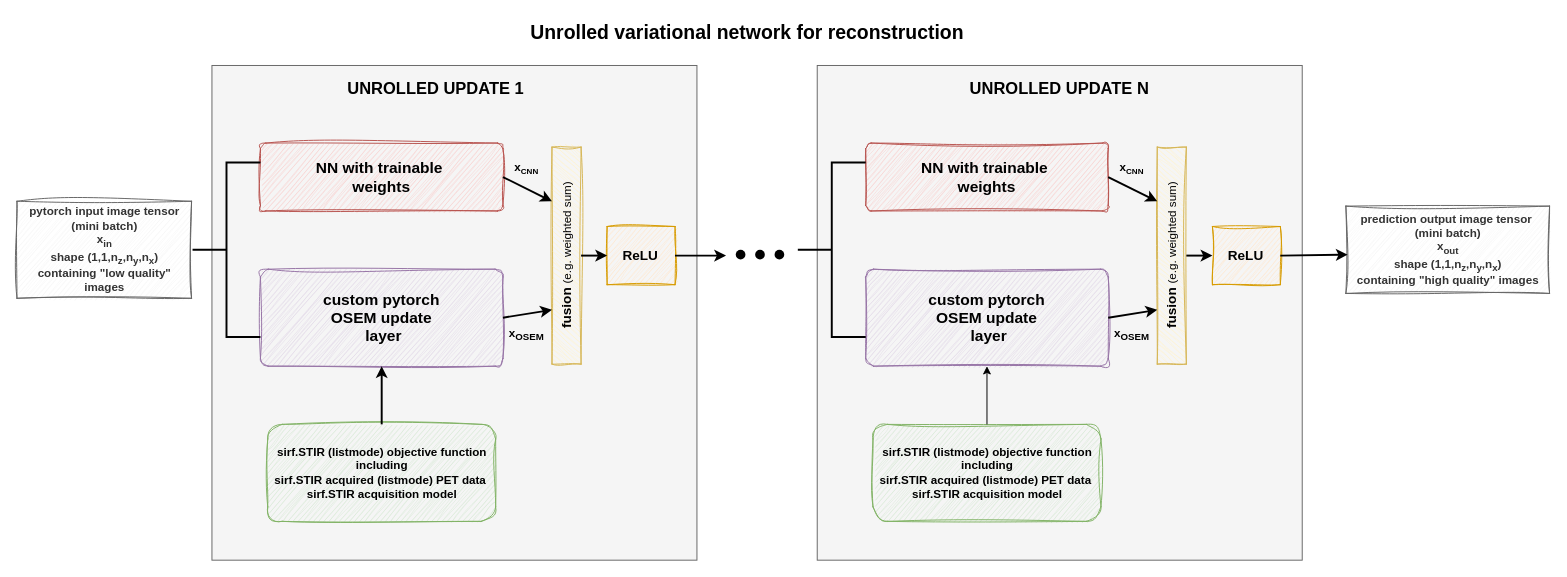
SyneRBI/SIRF-Exercises keeps this draw.io diagram as notebooks/Deep_Learning_listmode_PET/figs/osem_varnet.drawio. Above is the earlier version. Source tidied: cells renumbered, new cells numbered last; positions are measured from the earlier drawing's top-left corner, leaving out a move shared by most shapes. Both pictures are drawn from the tidied source at 97%, with x=0, y=0 at pixel (16, 16).
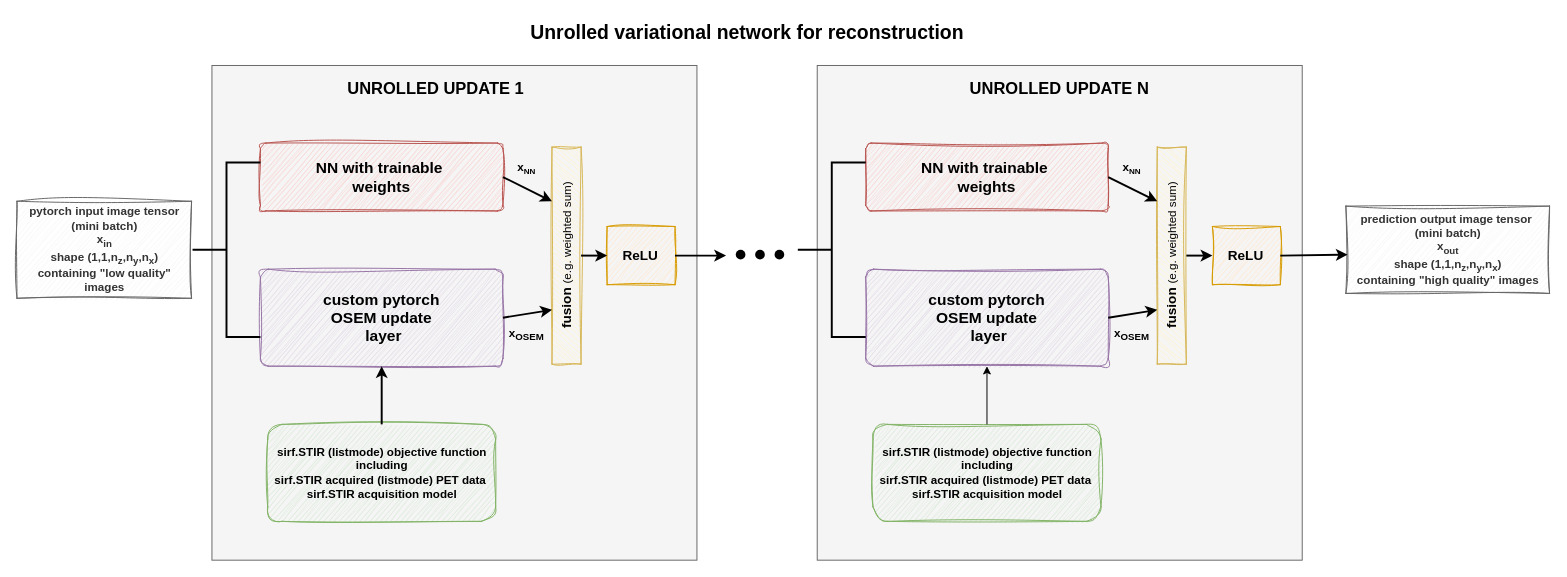
Above is the later version.

Unchanged cells that the change refers to:
```xml
<mxCell id="4" style="group;strokeWidth=2;" parent="1" vertex="1">
  <mxGeometry x="181" y="50" width="520" height="510" as="geometry" />
</mxCell>
<mxCell id="19" style="group;" parent="1" vertex="1">
  <mxGeometry x="805" y="50" width="520" height="510" as="geometry" />
</mxCell>
```

The edit, as a diff of the source:
```diff
@@
-    <mxCell id="17" value="&lt;b&gt;x&lt;span style=&quot;font-size: 10px;&quot;&gt;&lt;sub&gt;CNN&lt;/sub&gt;&lt;/span&gt;&lt;/b&gt;" style="text;html=1;align=center;verticalAlign=middle;strokeColor=none;fillColor=none;" parent="4" vertex="1">
-      <mxGeometry x="319" y="90" width="50" height="30" as="geometry" />
+    <mxCell id="17" value="&lt;b&gt;x&lt;span style=&quot;font-size: 10px;&quot;&gt;&lt;sub&gt;NN&lt;/sub&gt;&lt;/span&gt;&lt;/b&gt;" style="text;html=1;align=center;verticalAlign=middle;strokeColor=none;fillColor=none;" parent="4" vertex="1">
+      <mxGeometry x="324" y="90" width="40" height="30" as="geometry" />
     </mxCell>
@@
-    <mxCell id="32" value="&lt;b&gt;x&lt;span style=&quot;font-size: 10px;&quot;&gt;&lt;sub&gt;CNN&lt;/sub&gt;&lt;/span&gt;&lt;/b&gt;" style="text;html=1;align=center;verticalAlign=middle;strokeColor=none;fillColor=none;" parent="19" vertex="1">
-      <mxGeometry x="319" y="90" width="50" height="30" as="geometry" />
+    <mxCell id="32" value="&lt;b&gt;x&lt;span style=&quot;font-size: 10px;&quot;&gt;&lt;sub&gt;NN&lt;/sub&gt;&lt;/span&gt;&lt;/b&gt;" style="text;html=1;align=center;verticalAlign=middle;strokeColor=none;fillColor=none;" parent="19" vertex="1">
+      <mxGeometry x="324" y="90" width="40" height="30" as="geometry" />
     </mxCell>
```
